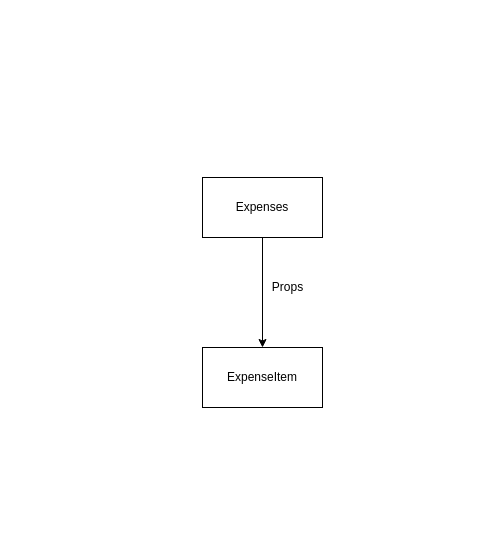
Above: page "Page-5" (5 of 5) of diagrams.drawio in synergy2411/brillio-react-apr22 (draw.io), before the change. Source tidied: cells renumbered, new cells numbered last; positions are measured from the earlier drawing's top-left corner, leaving out a move shared by most shapes. Both pictures are drawn from the tidied source at 100%, with x=0, y=0 at pixel (202, 177).
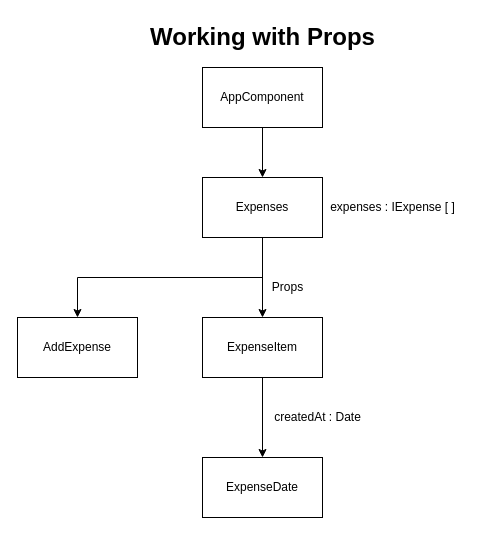
Above is the later version.

Change to the diagram source:
```diff
@@
 <mxGraphModel>
   <root>
     <mxCell id="0" />
     <mxCell id="1" parent="0" />
     <mxCell id="2" style="edgeStyle=orthogonalEdgeStyle;rounded=0;jettySize=auto;html=1;" parent="1" edge="1" source="3" target="4">
       <mxGeometry relative="1" as="geometry" />
     </mxCell>
+    <mxCell id="6" style="edgeStyle=orthogonalEdgeStyle;rounded=0;jettySize=auto;html=1;exitX=0.5;exitY=1;exitDx=0;exitDy=0;entryX=0.5;entryY=0;entryDx=0;entryDy=0;" parent="1" edge="1" source="3" target="14">
+      <mxGeometry relative="1" as="geometry" />
+    </mxCell>
     <mxCell id="3" value="Expenses" style="rounded=0;whiteSpace=wrap;html=1;" parent="1" vertex="1">
       <mxGeometry width="120" height="60" as="geometry" />
     </mxCell>
+    <mxCell id="7" style="edgeStyle=orthogonalEdgeStyle;rounded=0;jettySize=auto;html=1;" parent="1" edge="1" source="4" target="12">
+      <mxGeometry relative="1" as="geometry" />
+    </mxCell>
     <mxCell id="4" value="ExpenseItem" style="rounded=0;whiteSpace=wrap;html=1;" parent="1" vertex="1">
-      <mxGeometry y="170" width="120" height="60" as="geometry" />
+      <mxGeometry y="140" width="120" height="60" as="geometry" />
     </mxCell>
     <mxCell id="5" value="Props" style="text;html=1;align=center;verticalAlign=middle;strokeColor=none;fillColor=none;" parent="1" vertex="1">
       <mxGeometry x="60" y="100" width="50" height="20" as="geometry" />
     </mxCell>
+    <mxCell id="8" value="Working with Props" style="text;strokeColor=none;fillColor=none;html=1;fontSize=24;fontStyle=1;verticalAlign=middle;align=center;" parent="1" vertex="1">
+      <mxGeometry x="10" y="-160" width="100" height="40" as="geometry" />
+    </mxCell>
+    <mxCell id="9" style="edgeStyle=orthogonalEdgeStyle;rounded=0;jettySize=auto;html=1;exitX=0.5;exitY=1;exitDx=0;exitDy=0;entryX=0.5;entryY=0;entryDx=0;entryDy=0;" parent="1" edge="1" source="10" target="3">
+      <mxGeometry relative="1" as="geometry" />
+    </mxCell>
+    <mxCell id="10" value="AppComponent" style="rounded=0;whiteSpace=wrap;html=1;" parent="1" vertex="1">
+      <mxGeometry y="-110" width="120" height="60" as="geometry" />
+    </mxCell>
+    <mxCell id="11" value="expenses : IExpense [ ]" style="text;html=1;align=center;verticalAlign=middle;strokeColor=none;fillColor=none;" parent="1" vertex="1">
+      <mxGeometry x="120" y="20" width="140" height="20" as="geometry" />
+    </mxCell>
+    <mxCell id="12" value="ExpenseDate" style="rounded=0;whiteSpace=wrap;html=1;" parent="1" vertex="1">
+      <mxGeometry y="280" width="120" height="60" as="geometry" />
+    </mxCell>
+    <mxCell id="13" value="createdAt : Date" style="text;html=1;align=center;verticalAlign=middle;strokeColor=none;fillColor=none;" parent="1" vertex="1">
+      <mxGeometry x="65" y="230" width="100" height="20" as="geometry" />
+    </mxCell>
+    <mxCell id="14" value="AddExpense" style="rounded=0;whiteSpace=wrap;html=1;" parent="1" vertex="1">
+      <mxGeometry x="-185" y="140" width="120" height="60" as="geometry" />
+    </mxCell>
   </root>
 </mxGraphModel>
```
